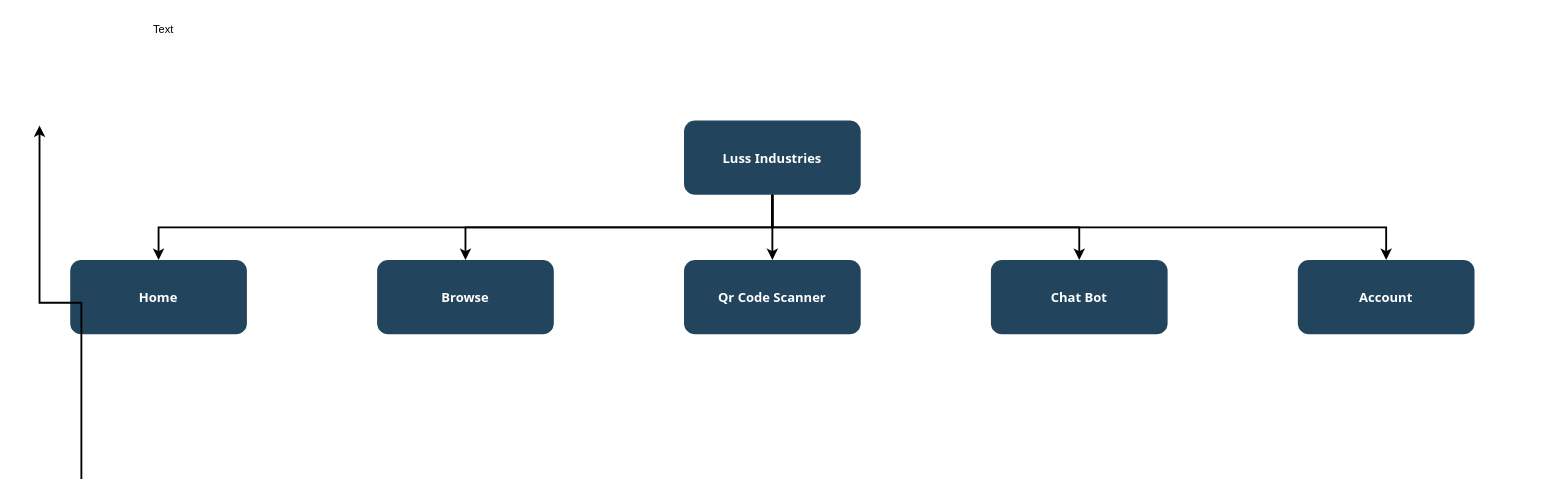
Above: Untitled Diagram.drawio in alishgosai/draw-io (draw.io), before the change. Source tidied: cells renumbered, new cells numbered last; positions are measured from the earlier drawing's top-left corner, leaving out a move shared by most shapes. Both pictures are drawn from the tidied source at 93%, with x=0, y=0 at pixel (39, 16).
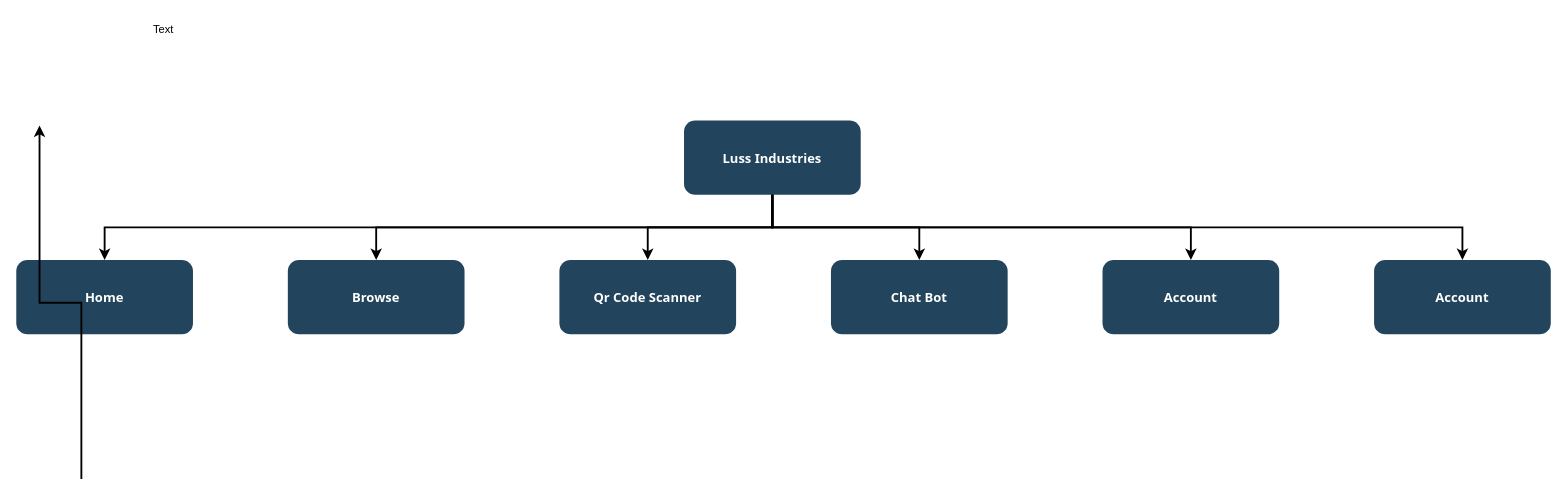
After the change.

What changed in the source:
```diff
@@
 <mxGraphModel background="#ffffff">
   <root>
     <mxCell id="0" />
     <mxCell id="1" parent="0" />
     <mxCell id="2" value="Luss Industries" style="rounded=1;fillColor=#23445D;gradientColor=none;strokeColor=none;fontColor=#FFFFFF;fontStyle=1;fontFamily=Tahoma;fontSize=14;flipH=0;" parent="1" vertex="1">
       <mxGeometry x="693" y="112" width="190" height="80" as="geometry" />
     </mxCell>
     <mxCell id="3" value="Account" style="rounded=1;fillColor=#23445D;gradientColor=none;strokeColor=none;fontColor=#FFFFFF;fontStyle=1;fontFamily=Tahoma;fontSize=14;direction=west;flipH=0;" parent="1" vertex="1">
-      <mxGeometry x="1353" y="262" width="190" height="80" as="geometry" />
+      <mxGeometry x="1143" y="262" width="190" height="80" as="geometry" />
     </mxCell>
     <mxCell id="4" style="edgeStyle=elbowEdgeStyle;elbow=vertical;strokeWidth=2;rounded=0;" parent="1" edge="1" source="2" target="3">
       <mxGeometry x="337" y="215.5" as="geometry" />
     </mxCell>
     <mxCell id="5" value="Qr Code Scanner" style="rounded=1;fillColor=#23445D;gradientColor=none;strokeColor=none;fontColor=#FFFFFF;fontStyle=1;fontFamily=Tahoma;fontSize=14;direction=west;flipH=1;flipV=1;" parent="1" vertex="1">
-      <mxGeometry x="693" y="262" width="190" height="80" as="geometry" />
+      <mxGeometry x="559" y="262" width="190" height="80" as="geometry" />
     </mxCell>
     <mxCell id="6" value="Browse" style="rounded=1;fillColor=#23445D;gradientColor=none;strokeColor=none;fontColor=#FFFFFF;fontStyle=1;fontFamily=Tahoma;fontSize=14;direction=west;flipH=0;" parent="1" vertex="1">
-      <mxGeometry x="363" y="262" width="190" height="80" as="geometry" />
+      <mxGeometry x="267" y="262" width="190" height="80" as="geometry" />
     </mxCell>
     <mxCell id="7" value="Home" style="rounded=1;fillColor=#23445D;gradientColor=none;strokeColor=none;fontColor=#FFFFFF;fontStyle=1;fontFamily=Tahoma;fontSize=14;direction=west;flipH=0;" parent="1" vertex="1">
-      <mxGeometry x="33" y="262" width="190" height="80" as="geometry" />
+      <mxGeometry x="-25" y="262" width="190" height="80" as="geometry" />
     </mxCell>
     <mxCell id="8" style="edgeStyle=elbowEdgeStyle;elbow=vertical;strokeWidth=2;rounded=0;" parent="1" edge="1" source="2" target="6">
       <mxGeometry x="347" y="225.5" as="geometry" />
     </mxCell>
     <mxCell id="9" style="edgeStyle=elbowEdgeStyle;elbow=vertical;strokeWidth=2;rounded=0;" parent="1" edge="1" source="2" target="7">
       <mxGeometry x="-23" y="135.5" as="geometry" />
     </mxCell>
     <mxCell id="10" style="edgeStyle=elbowEdgeStyle;elbow=vertical;rounded=0;strokeWidth=2;" parent="1" edge="1">
       <mxGeometry x="-23" y="135.5" as="geometry">
         <mxPoint x="45" y="497.5" as="sourcePoint" />
         <mxPoint y="117.5" as="targetPoint" />
       </mxGeometry>
     </mxCell>
     <mxCell id="11" style="edgeStyle=elbowEdgeStyle;elbow=vertical;strokeWidth=2;rounded=0;exitX=0.5;exitY=1;exitDx=0;exitDy=0;entryX=0.5;entryY=1;entryDx=0;entryDy=0;" parent="1" edge="1" source="2" target="13">
       <mxGeometry x="347" y="225.5" as="geometry" />
     </mxCell>
     <mxCell id="12" style="edgeStyle=elbowEdgeStyle;elbow=vertical;strokeWidth=2;rounded=0;exitX=0.5;exitY=1;exitDx=0;exitDy=0;entryX=0.5;entryY=1;entryDx=0;entryDy=0;" parent="1" edge="1" source="2" target="5">
       <mxGeometry x="347" y="225.5" as="geometry" />
     </mxCell>
     <mxCell id="13" value="Chat Bot" style="rounded=1;fillColor=#23445D;gradientColor=none;strokeColor=none;fontColor=#FFFFFF;fontStyle=1;fontFamily=Tahoma;fontSize=14;direction=west;flipH=0;" parent="1" vertex="1">
-      <mxGeometry x="1023" y="262" width="190" height="80" as="geometry" />
+      <mxGeometry x="851" y="262" width="190" height="80" as="geometry" />
     </mxCell>
     <mxCell id="14" value="Text" style="text;html=1;align=center;verticalAlign=middle;strokeColor=none;fillColor=none;" parent="1" vertex="1">
       <mxGeometry x="108" width="50" height="30" as="geometry" />
     </mxCell>
+    <mxCell id="15" value="Account" style="rounded=1;fillColor=#23445D;gradientColor=none;strokeColor=none;fontColor=#FFFFFF;fontStyle=1;fontFamily=Tahoma;fontSize=14;direction=west;flipH=0;" parent="1" vertex="1">
+      <mxGeometry x="1435" y="262" width="190" height="80" as="geometry" />
+    </mxCell>
+    <mxCell id="16" style="edgeStyle=elbowEdgeStyle;elbow=vertical;strokeWidth=2;rounded=0;exitX=0.5;exitY=1;exitDx=0;exitDy=0;entryX=0.5;entryY=1;entryDx=0;entryDy=0;" parent="1" edge="1" source="2" target="15">
+      <mxGeometry x="337" y="215.5" as="geometry" />
+    </mxCell>
   </root>
 </mxGraphModel>
```
